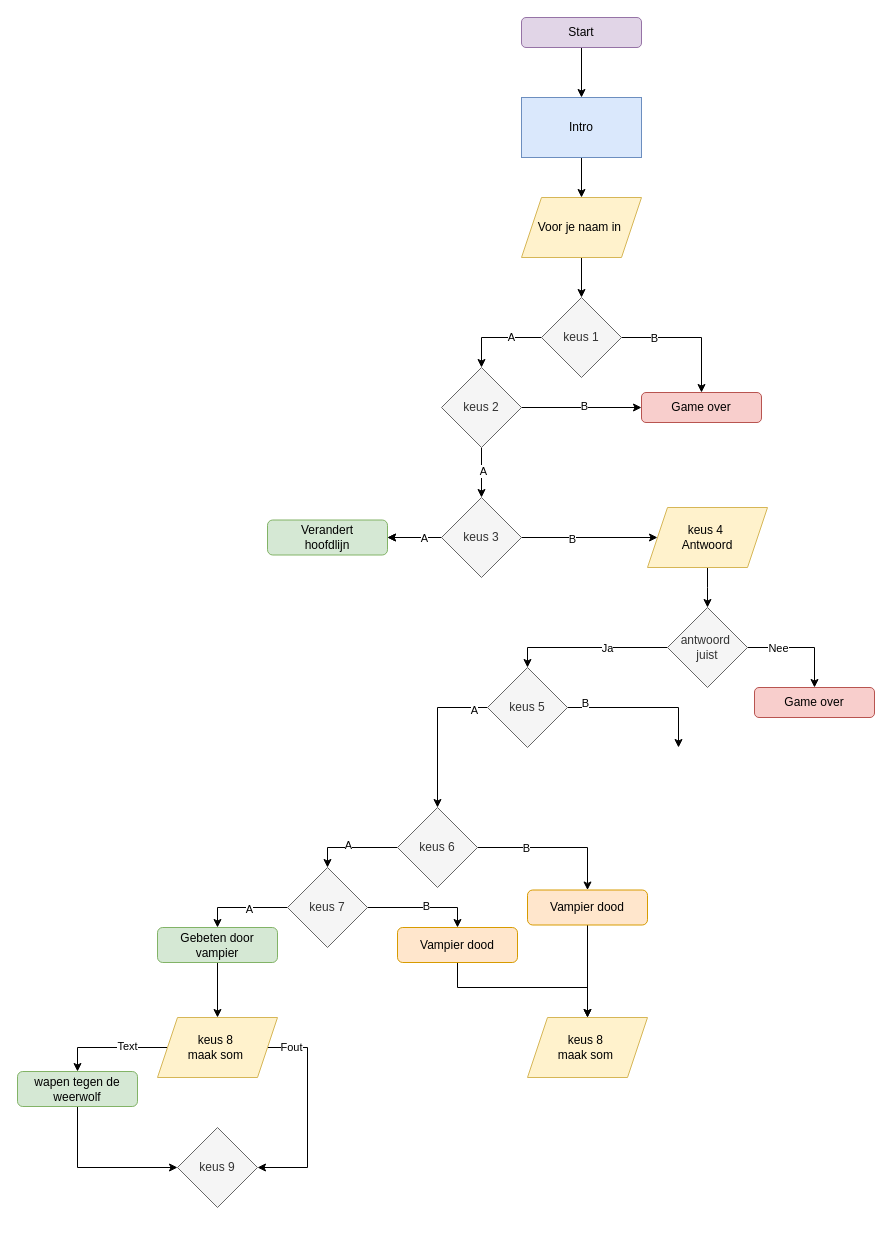
Earlier version of the draw.io diagram module_3/proef_3/week 9.drawio (RuoFeng207/leren_programmeren). Source tidied: cells renumbered, new cells numbered last; positions are measured from the earlier drawing's top-left corner, leaving out a move shared by most shapes. Both pictures are drawn from the tidied source at 100%, with x=0, y=0 at pixel (17, 17).
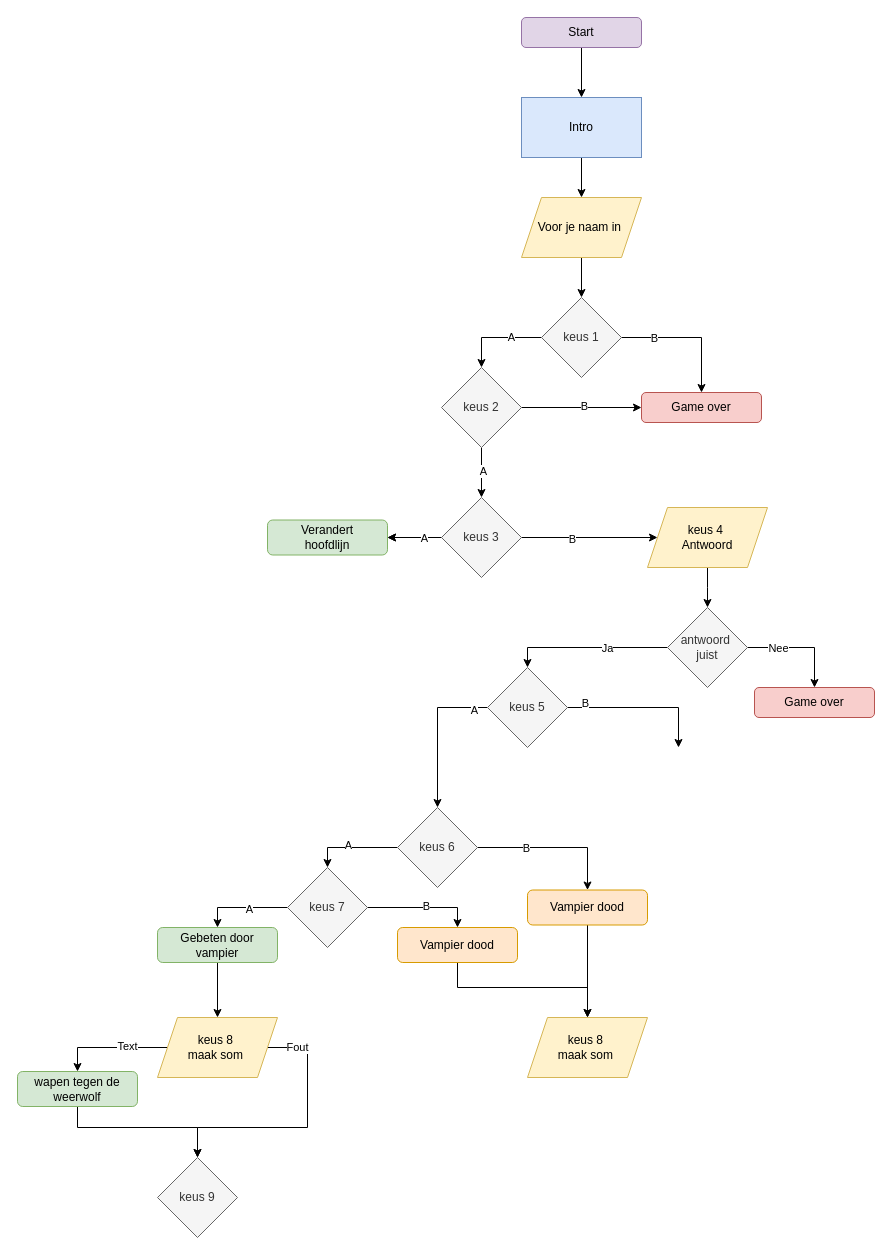
The same page after the edit.

Unchanged cells that the change refers to:
```xml
<mxCell id="59" value="keus 8&amp;nbsp;&lt;div&gt;maak som&amp;nbsp;&lt;/div&gt;" style="shape=parallelogram;perimeter=parallelogramPerimeter;whiteSpace=wrap;html=1;fixedSize=1;fillColor=#fff2cc;strokeColor=#d6b656;" parent="1" vertex="1">
  <mxGeometry x="140" y="1000" width="120" height="60" as="geometry" />
</mxCell>
<mxCell id="63" value="wapen tegen de weerwolf" style="rounded=1;whiteSpace=wrap;html=1;fillColor=#d5e8d4;strokeColor=#82b366;" parent="1" vertex="1">
  <mxGeometry y="1054" width="120" height="35" as="geometry" />
</mxCell>
```

The edit, as a diff of the source:
```diff
@@
-    <mxCell id="55" style="edgeStyle=orthogonalEdgeStyle;rounded=0;jettySize=auto;html=1;entryX=1;entryY=0.5;entryDx=0;entryDy=0;" parent="1" edge="1" source="59" target="61">
+    <mxCell id="55" style="edgeStyle=orthogonalEdgeStyle;rounded=0;jettySize=auto;html=1;entryX=0.5;entryY=0;entryDx=0;entryDy=0;" parent="1" edge="1" source="59" target="61">
       <mxGeometry relative="1" as="geometry">
         <Array as="points">
           <mxPoint x="290" y="1030" />
-          <mxPoint x="290" y="1150" />
+          <mxPoint x="290" y="1110" />
+          <mxPoint x="180" y="1110" />
         </Array>
       </mxGeometry>
     </mxCell>
@@
     <mxCell id="61" value="keus 9" style="rhombus;whiteSpace=wrap;html=1;fillColor=#f5f5f5;fontColor=#333333;strokeColor=#666666;" parent="1" vertex="1">
-      <mxGeometry x="160" y="1110" width="80" height="80" as="geometry" />
+      <mxGeometry x="140" y="1140" width="80" height="80" as="geometry" />
     </mxCell>
-    <mxCell id="62" style="edgeStyle=orthogonalEdgeStyle;rounded=0;jettySize=auto;html=1;entryX=0;entryY=0.5;entryDx=0;entryDy=0;" parent="1" edge="1" source="63" target="61">
+    <mxCell id="62" style="edgeStyle=orthogonalEdgeStyle;rounded=0;jettySize=auto;html=1;entryX=0.5;entryY=0;entryDx=0;entryDy=0;" parent="1" edge="1" source="63" target="61">
       <mxGeometry relative="1" as="geometry">
         <Array as="points">
-          <mxPoint x="60" y="1150" />
+          <mxPoint x="60" y="1110" />
+          <mxPoint x="180" y="1110" />
         </Array>
       </mxGeometry>
     </mxCell>
```
